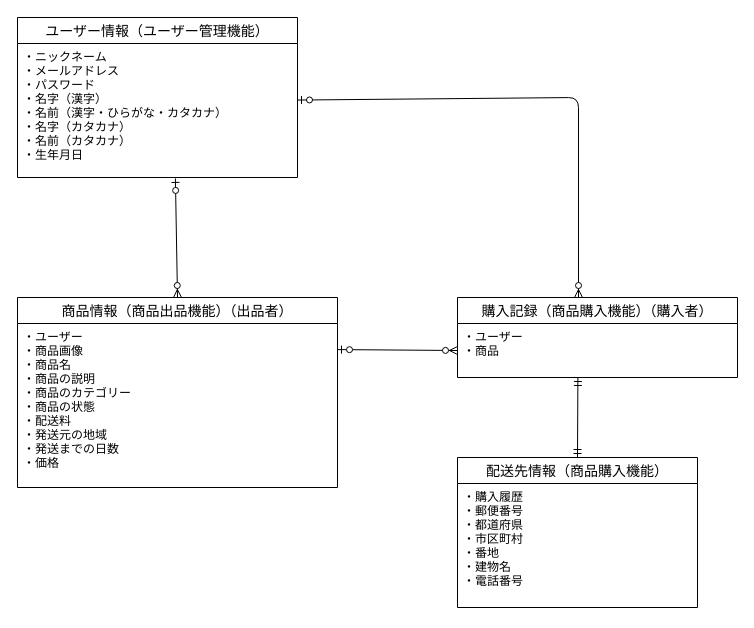
Above: ER図.dio in eripenguin/furima-41420 (draw.io), before the change. Source tidied: cells renumbered, new cells numbered last; positions are measured from the earlier drawing's top-left corner, leaving out a move shared by most shapes. Both pictures are drawn from the tidied source at 100%, with x=0, y=0 at pixel (17, 17).
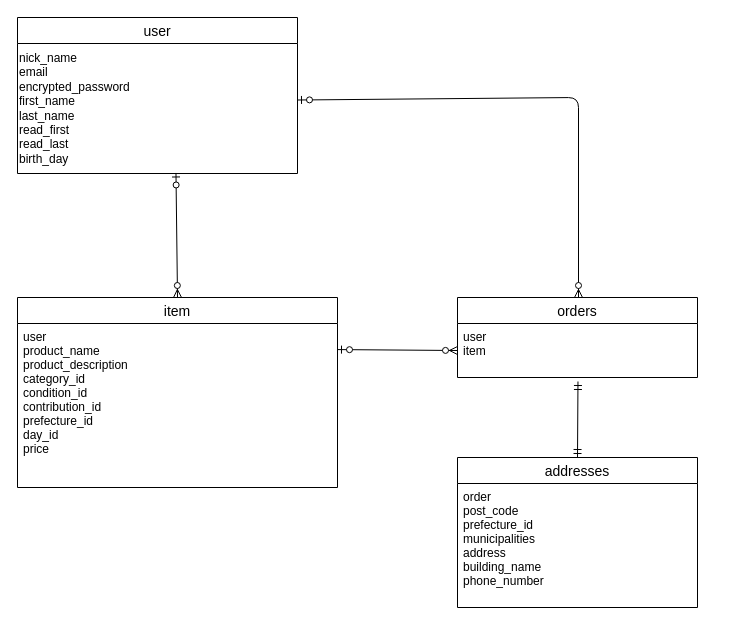
Above is the later version.

What changed in the source:
```diff
@@
 <mxGraphModel>
   <root>
     <mxCell id="0" />
     <mxCell id="1" parent="0" />
-    <mxCell id="2" value="ユーザー情報（ユーザー管理機能）" style="swimlane;fontStyle=0;horizontal=1;startSize=26;align=center;fontSize=14;" parent="1" vertex="1">
-      <mxGeometry width="280" height="160" as="geometry" />
+    <mxCell id="2" value="user" style="swimlane;fontStyle=0;horizontal=1;startSize=26;align=center;fontSize=14;" parent="1" vertex="1">
+      <mxGeometry width="280" height="156" as="geometry" />
     </mxCell>
-    <mxCell id="3" value="・ニックネーム &#10;・メールアドレス&#10;・パスワード&#10;・名字（漢字）&#10;・名前（漢字・ひらがな・カタカナ）&#10;・名字（カタカナ）&#10;・名前（カタカナ）&#10;・生年月日" style="text;strokeColor=none;fillColor=none;spacingLeft=4;spacingRight=4;overflow=hidden;points=[[0,0.5],[1,0.5]];portConstraint=eastwest;fontSize=12;" parent="2" vertex="1">
-      <mxGeometry y="26" width="280" height="134" as="geometry" />
-    </mxCell>
+    <mxCell id="14" value="nick_name&lt;div&gt;email&lt;/div&gt;&lt;div&gt;encrypted_password&lt;/div&gt;&lt;div&gt;first_name&lt;/div&gt;&lt;div&gt;last_name&lt;/div&gt;&lt;div&gt;read_first&lt;/div&gt;&lt;div&gt;read_last&lt;/div&gt;&lt;div&gt;birth_day&lt;/div&gt;" style="text;html=1;align=left;verticalAlign=middle;points=[];strokeColor=none;fillColor=none;" parent="2" vertex="1">
+      <mxGeometry y="26" width="280" height="130" as="geometry" />
+    </mxCell>
-    <mxCell id="4" value="商品情報（商品出品機能）（出品者）" style="swimlane;fontStyle=0;horizontal=1;startSize=26;align=center;fontSize=14;" parent="1" vertex="1">
+    <mxCell id="4" value="item" style="swimlane;fontStyle=0;horizontal=1;startSize=26;align=center;fontSize=14;" parent="1" vertex="1">
       <mxGeometry y="280" width="320" height="190" as="geometry" />
     </mxCell>
-    <mxCell id="5" value="・ユーザー&#10;・商品画像&#10;・商品名&#10;・商品の説明&#10;・商品のカテゴリー&#10;・商品の状態&#10;・配送料&#10;・発送元の地域&#10;・発送までの日数&#10;・価格" style="text;strokeColor=none;fillColor=none;spacingLeft=4;spacingRight=4;overflow=hidden;points=[[0,0.5],[1,0.5]];portConstraint=eastwest;fontSize=12;" parent="4" vertex="1">
+    <mxCell id="5" value="user&#10;product_name&#10;product_description&#10;category_id&#10;condition_id&#10;contribution_id&#10;prefecture_id&#10;day_id&#10;price" style="text;strokeColor=none;fillColor=none;spacingLeft=4;spacingRight=4;overflow=hidden;points=[[0,0.5],[1,0.5]];portConstraint=eastwest;fontSize=12;" parent="4" vertex="1">
       <mxGeometry y="26" width="320" height="164" as="geometry" />
     </mxCell>
-    <mxCell id="6" value="購入記録（商品購入機能）（購入者）" style="swimlane;fontStyle=0;horizontal=1;startSize=26;align=center;fontSize=14;" parent="1" vertex="1">
-      <mxGeometry x="440" y="280" width="280" height="80" as="geometry" />
+    <mxCell id="6" value="orders" style="swimlane;fontStyle=0;horizontal=1;startSize=26;align=center;fontSize=14;" parent="1" vertex="1">
+      <mxGeometry x="440" y="280" width="240" height="80" as="geometry" />
     </mxCell>
-    <mxCell id="7" value="・ユーザー&#10;・商品" style="text;strokeColor=none;fillColor=none;spacingLeft=4;spacingRight=4;overflow=hidden;points=[[0,0.5],[1,0.5]];portConstraint=eastwest;fontSize=12;" parent="6" vertex="1">
-      <mxGeometry y="26" width="280" height="54" as="geometry" />
+    <mxCell id="7" value="user&#10;item" style="text;strokeColor=none;fillColor=none;spacingLeft=4;spacingRight=4;overflow=hidden;points=[[0,0.5],[1,0.5]];portConstraint=eastwest;fontSize=12;" parent="6" vertex="1">
+      <mxGeometry y="26" width="240" height="54" as="geometry" />
     </mxCell>
-    <mxCell id="8" value="配送先情報（商品購入機能）" style="swimlane;fontStyle=0;horizontal=1;startSize=26;align=center;fontSize=14;" parent="1" vertex="1">
+    <mxCell id="8" value="addresses" style="swimlane;fontStyle=0;horizontal=1;startSize=26;align=center;fontSize=14;" parent="1" vertex="1">
       <mxGeometry x="440" y="440" width="240" height="150" as="geometry" />
     </mxCell>
-    <mxCell id="9" value="・購入履歴&#10;・郵便番号&#10;・都道府県&#10;・市区町村&#10;・番地&#10;・建物名&#10;・電話番号" style="text;strokeColor=none;fillColor=none;spacingLeft=4;spacingRight=4;overflow=hidden;fontSize=12;" parent="8" vertex="1">
+    <mxCell id="9" value="order&#10;post_code&#10;prefecture_id&#10;municipalities&#10;address&#10;building_name&#10;phone_number" style="text;strokeColor=none;fillColor=none;spacingLeft=4;spacingRight=4;overflow=hidden;fontSize=12;" parent="8" vertex="1">
       <mxGeometry y="26" width="240" height="124" as="geometry" />
     </mxCell>
-    <mxCell id="10" style="fontSize=12;html=1;endArrow=ERzeroToMany;startArrow=ERzeroToOne;exitX=0.564;exitY=1.007;exitDx=0;exitDy=0;exitPerimeter=0;entryX=0.5;entryY=0;entryDx=0;entryDy=0;" parent="1" edge="1" source="3" target="4">
+    <mxCell id="10" style="fontSize=12;html=1;endArrow=ERzeroToMany;startArrow=ERzeroToOne;exitX=0.566;exitY=0.996;exitDx=0;exitDy=0;exitPerimeter=0;entryX=0.5;entryY=0;entryDx=0;entryDy=0;" parent="1" edge="1" source="14" target="4">
       <mxGeometry relative="1" as="geometry" />
     </mxCell>
     <mxCell id="11" style="fontSize=12;html=1;endArrow=ERzeroToMany;startArrow=ERzeroToOne;exitX=1;exitY=0.159;exitDx=0;exitDy=0;exitPerimeter=0;entryX=0;entryY=0.5;entryDx=0;entryDy=0;" parent="1" edge="1" source="5" target="7">
       <mxGeometry relative="1" as="geometry" />
     </mxCell>
-    <mxCell id="12" style="fontSize=12;html=1;endArrow=ERmandOne;startArrow=ERmandOne;entryX=0.5;entryY=0;entryDx=0;entryDy=0;exitX=0.43;exitY=1;exitDx=0;exitDy=0;exitPerimeter=0;" parent="1" edge="1" source="7" target="8">
+    <mxCell id="12" style="fontSize=12;html=1;endArrow=ERmandOne;startArrow=ERmandOne;entryX=0.5;entryY=0;entryDx=0;entryDy=0;exitX=0.502;exitY=1.074;exitDx=0;exitDy=0;exitPerimeter=0;" parent="1" edge="1" source="7" target="8">
       <mxGeometry relative="1" as="geometry" />
     </mxCell>
-    <mxCell id="13" style="fontSize=12;html=1;endArrow=ERzeroToMany;startArrow=ERzeroToOne;exitX=1;exitY=0.422;exitDx=0;exitDy=0;exitPerimeter=0;entryX=0.5;entryY=0;entryDx=0;entryDy=0;" parent="1" edge="1" source="3">
+    <mxCell id="13" style="fontSize=12;html=1;endArrow=ERzeroToMany;startArrow=ERzeroToOne;exitX=1;exitY=0.422;exitDx=0;exitDy=0;exitPerimeter=0;entryX=0.5;entryY=0;entryDx=0;entryDy=0;" parent="1" edge="1">
       <mxGeometry relative="1" as="geometry">
+        <mxPoint x="280" y="82.5" as="sourcePoint" />
         <mxPoint x="561" y="280" as="targetPoint" />
         <Array as="points">
           <mxPoint x="561" y="80" />
         </Array>
       </mxGeometry>
     </mxCell>
   </root>
 </mxGraphModel>
```
